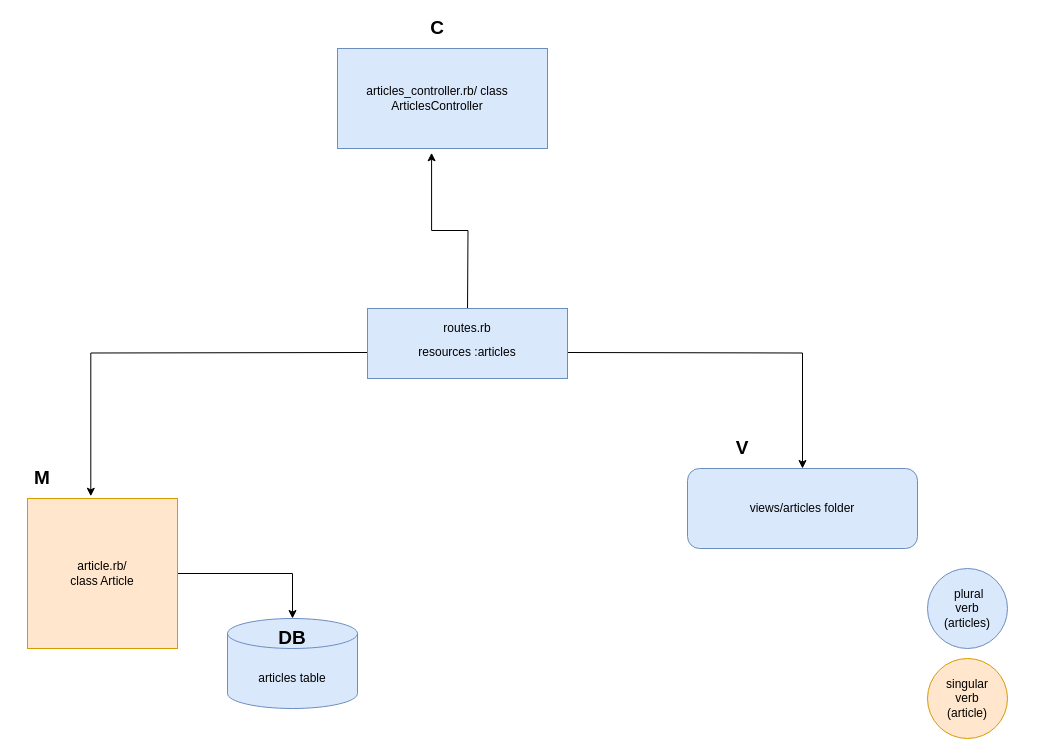
Above: Untitled Diagram.drawio in humblewolf/peanut-butter (draw.io), before the change. Source tidied: cells renumbered, new cells numbered last; positions are measured from the earlier drawing's top-left corner, leaving out a move shared by most shapes. Both pictures are drawn from the tidied source at 100%, with x=0, y=0 at pixel (17, 18).
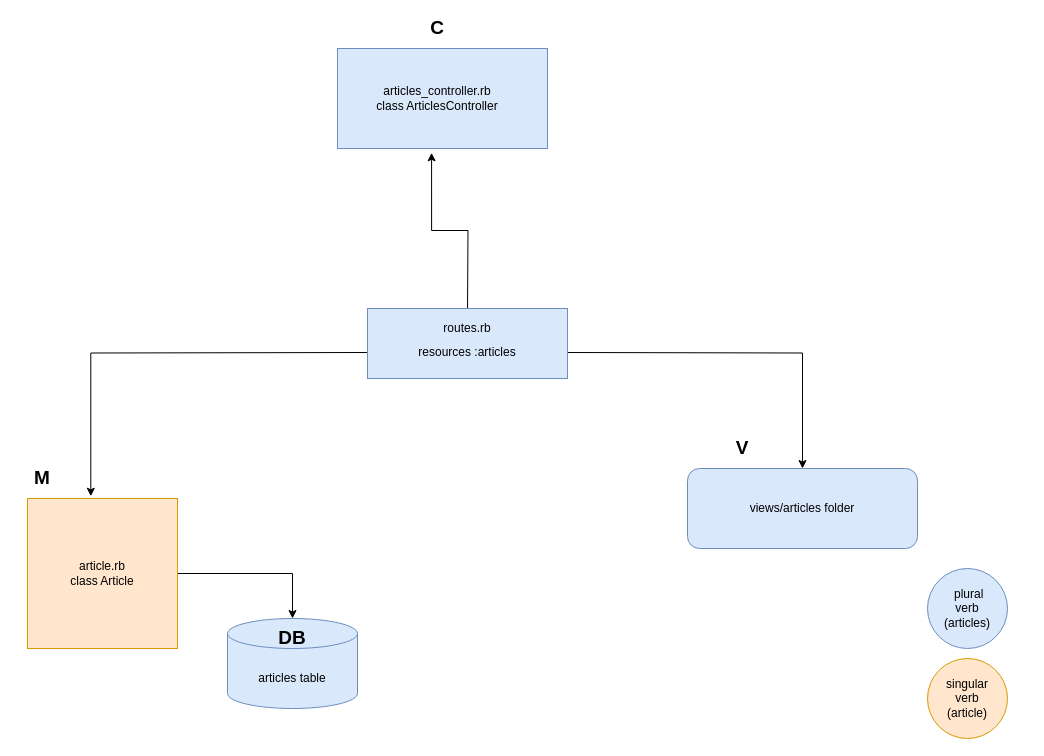
After the change.

Change to the diagram source:
```diff
@@
-    <mxCell id="3" value="articles_controller.rb/ class ArticlesController" style="text;html=1;strokeColor=none;fillColor=none;align=center;verticalAlign=middle;whiteSpace=wrap;rounded=0;" parent="1" vertex="1">
+    <mxCell id="3" value="articles_controller.rb &lt;br&gt;class ArticlesController" style="text;html=1;strokeColor=none;fillColor=none;align=center;verticalAlign=middle;whiteSpace=wrap;rounded=0;" parent="1" vertex="1">
       <mxGeometry x="330" y="70" width="180" height="20" as="geometry" />
     </mxCell>
@@
-    <mxCell id="7" value="article.rb/ class Article" style="text;html=1;strokeColor=none;fillColor=none;align=center;verticalAlign=middle;whiteSpace=wrap;rounded=0;" parent="1" vertex="1">
+    <mxCell id="7" value="article.rb&lt;br&gt;class Article" style="text;html=1;strokeColor=none;fillColor=none;align=center;verticalAlign=middle;whiteSpace=wrap;rounded=0;" parent="1" vertex="1">
       <mxGeometry x="50" y="545" width="70" height="20" as="geometry" />
     </mxCell>
```
